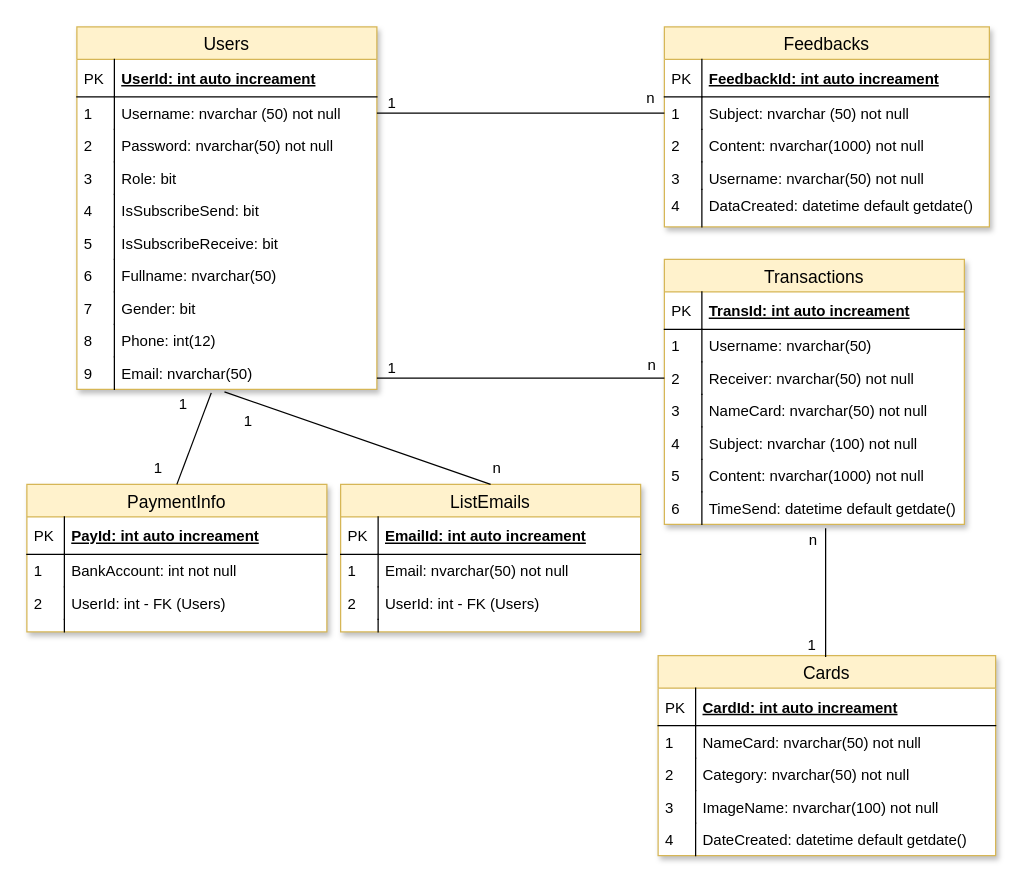
Above: page "Database Structure" (5 of 9) of e-Greeting.drawio in duyphuong403/E-Greeting (draw.io), before the change. Source tidied: cells renumbered, new cells numbered last; positions are measured from the earlier drawing's top-left corner, leaving out a move shared by most shapes. Both pictures are drawn from the tidied source at 125%, with x=0, y=0 at pixel (26, 26).
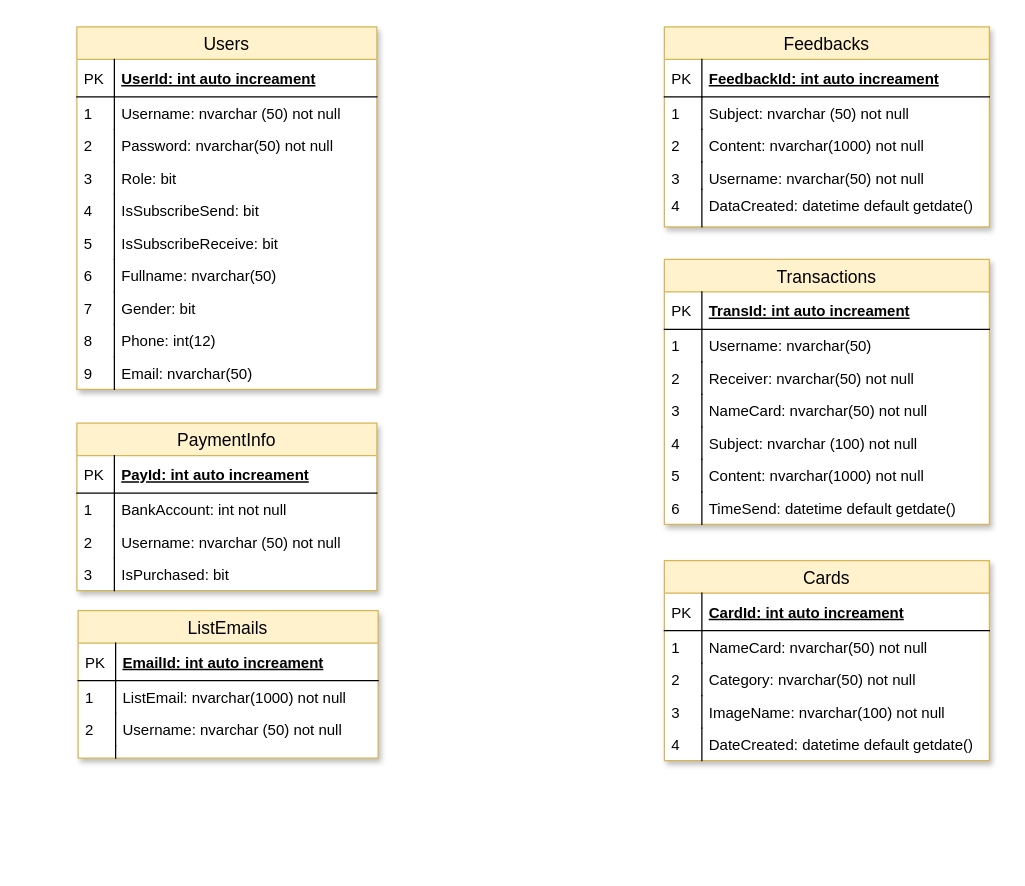
Above is the later version.

The change refers to these unchanged cells:
```xml
<mxCell id="5" value="Username: nvarchar (50) not null" style="shape=partialRectangle;top=0;left=0;right=0;bottom=0;align=left;verticalAlign=top;fillColor=none;spacingLeft=34;spacingRight=4;overflow=hidden;points=[[0,0.5],[1,0.5]];portConstraint=eastwest;fontSize=12;" parent="2" vertex="1">
  <mxGeometry y="56" width="240" height="26" as="geometry" />
</mxCell>
<mxCell id="21" value="Email: nvarchar(50) " style="shape=partialRectangle;top=0;left=0;right=0;bottom=0;align=left;verticalAlign=top;fillColor=none;spacingLeft=34;spacingRight=4;overflow=hidden;points=[[0,0.5],[1,0.5]];portConstraint=eastwest;fontSize=12;" parent="2" vertex="1">
  <mxGeometry y="264" width="240" height="26" as="geometry" />
</mxCell>
<mxCell id="28" value="Subject: nvarchar (50) not null" style="shape=partialRectangle;top=0;left=0;right=0;bottom=0;align=left;verticalAlign=top;fillColor=none;spacingLeft=34;spacingRight=4;overflow=hidden;points=[[0,0.5],[1,0.5]];portConstraint=eastwest;fontSize=12;" parent="25" vertex="1">
  <mxGeometry y="56" width="260" height="26" as="geometry" />
</mxCell>
```

Diff of the diagram source:
```diff
@@
-    <mxCell id="36" value="1" style="text;strokeColor=none;fillColor=none;spacingLeft=4;spacingRight=4;overflow=hidden;fontSize=12;shadow=1;" parent="1" vertex="1">
-      <mxGeometry x="283" y="47" width="20" height="18" as="geometry" />
-    </mxCell>
-    <mxCell id="37" value="n" style="text;strokeColor=none;fillColor=none;spacingLeft=4;spacingRight=4;overflow=hidden;fontSize=12;shadow=1;" parent="1" vertex="1">
-      <mxGeometry x="490" y="43" width="20" height="26" as="geometry" />
-    </mxCell>
     <mxCell id="38" value="Transactions" style="swimlane;fontStyle=0;horizontal=1;startSize=26;fillColor=#fff2cc;swimlaneFillColor=#ffffff;align=center;fontSize=14;shadow=1;strokeColor=#d6b656;" parent="1" vertex="1">
-      <mxGeometry x="510" y="186" width="240" height="212" as="geometry" />
+      <mxGeometry x="510" y="186" width="260" height="212" as="geometry" />
     </mxCell>
     <mxCell id="39" value="TransId: int auto increament" style="shape=partialRectangle;top=0;left=0;right=0;bottom=1;align=left;verticalAlign=middle;fillColor=none;spacingLeft=34;spacingRight=4;overflow=hidden;fontStyle=5;fontSize=12;" parent="38" vertex="1">
-      <mxGeometry y="26" width="240" height="30" as="geometry" />
+      <mxGeometry y="26" width="260" height="30" as="geometry" />
     </mxCell>
@@
     <mxCell id="41" value="Username: nvarchar(50)" style="shape=partialRectangle;top=0;left=0;right=0;bottom=0;align=left;verticalAlign=top;fillColor=none;spacingLeft=34;spacingRight=4;overflow=hidden;fontSize=12;" parent="38" vertex="1">
-      <mxGeometry y="56" width="240" height="26" as="geometry" />
+      <mxGeometry y="56" width="260" height="26" as="geometry" />
     </mxCell>
@@
     <mxCell id="43" value="Receiver: nvarchar(50) not null" style="shape=partialRectangle;top=0;left=0;right=0;bottom=0;align=left;verticalAlign=top;fillColor=none;spacingLeft=34;spacingRight=4;overflow=hidden;points=[[0,0.5],[1,0.5]];portConstraint=eastwest;fontSize=12;" parent="38" vertex="1">
-      <mxGeometry y="82" width="240" height="26" as="geometry" />
+      <mxGeometry y="82" width="260" height="26" as="geometry" />
     </mxCell>
@@
     <mxCell id="45" value="NameCard: nvarchar(50) not null" style="shape=partialRectangle;top=0;left=0;right=0;bottom=0;align=left;verticalAlign=top;fillColor=none;spacingLeft=34;spacingRight=4;overflow=hidden;fontSize=12;" parent="38" vertex="1">
-      <mxGeometry y="108" width="240" height="26" as="geometry" />
+      <mxGeometry y="108" width="260" height="26" as="geometry" />
     </mxCell>
@@
     <mxCell id="47" value="Subject: nvarchar (100) not null" style="shape=partialRectangle;top=0;left=0;right=0;bottom=0;align=left;verticalAlign=top;fillColor=none;spacingLeft=34;spacingRight=4;overflow=hidden;fontSize=12;" parent="38" vertex="1">
-      <mxGeometry y="134" width="240" height="26" as="geometry" />
+      <mxGeometry y="134" width="260" height="26" as="geometry" />
     </mxCell>
@@
     <mxCell id="49" value="Content: nvarchar(1000) not null" style="shape=partialRectangle;top=0;left=0;right=0;bottom=0;align=left;verticalAlign=top;fillColor=none;spacingLeft=34;spacingRight=4;overflow=hidden;fontSize=12;" parent="38" vertex="1">
-      <mxGeometry y="160" width="240" height="26" as="geometry" />
+      <mxGeometry y="160" width="260" height="26" as="geometry" />
     </mxCell>
@@
     <mxCell id="51" value="TimeSend: datetime default getdate()" style="shape=partialRectangle;top=0;left=0;right=0;bottom=0;align=left;verticalAlign=top;fillColor=none;spacingLeft=34;spacingRight=4;overflow=hidden;fontSize=12;" parent="38" vertex="1">
-      <mxGeometry y="186" width="240" height="26" as="geometry" />
+      <mxGeometry y="186" width="260" height="26" as="geometry" />
     </mxCell>
@@
     <mxCell id="53" style="shape=partialRectangle;top=0;left=0;right=0;bottom=0;align=left;verticalAlign=top;fillColor=none;spacingLeft=34;spacingRight=4;overflow=hidden;fontSize=12;" parent="38" vertex="1">
-      <mxGeometry y="212" width="240" as="geometry" />
+      <mxGeometry y="212" width="260" as="geometry" />
     </mxCell>
@@
-    <mxCell id="55" value="1" style="text;strokeColor=none;fillColor=none;spacingLeft=4;spacingRight=4;overflow=hidden;fontSize=12;shadow=1;" parent="1" vertex="1">
-      <mxGeometry x="283" y="259" width="20" height="18" as="geometry" />
-    </mxCell>
-    <mxCell id="56" value="n" style="text;strokeColor=none;fillColor=none;spacingLeft=4;spacingRight=4;overflow=hidden;fontSize=12;shadow=1;" parent="1" vertex="1">
-      <mxGeometry x="491" y="257" width="20" height="26" as="geometry" />
-    </mxCell>
     <mxCell id="57" value="Cards" style="swimlane;fontStyle=0;horizontal=1;startSize=26;fillColor=#fff2cc;swimlaneFillColor=#ffffff;align=center;fontSize=14;shadow=1;strokeColor=#d6b656;" parent="1" vertex="1">
-      <mxGeometry x="505" y="503" width="270" height="160" as="geometry" />
+      <mxGeometry x="510" y="427" width="260" height="160" as="geometry" />
     </mxCell>
     <mxCell id="58" value="CardId: int auto increament" style="shape=partialRectangle;top=0;left=0;right=0;bottom=1;align=left;verticalAlign=middle;fillColor=none;spacingLeft=34;spacingRight=4;overflow=hidden;fontStyle=5;fontSize=12;" parent="57" vertex="1">
-      <mxGeometry y="26" width="270" height="30" as="geometry" />
+      <mxGeometry y="26" width="260" height="30" as="geometry" />
     </mxCell>
@@
     <mxCell id="60" value="NameCard: nvarchar(50) not null" style="shape=partialRectangle;top=0;left=0;right=0;bottom=0;align=left;verticalAlign=top;fillColor=none;spacingLeft=34;spacingRight=4;overflow=hidden;fontSize=12;" parent="57" vertex="1">
-      <mxGeometry y="56" width="270" height="26" as="geometry" />
+      <mxGeometry y="56" width="260" height="26" as="geometry" />
     </mxCell>
@@
     <mxCell id="62" value="Category: nvarchar(50) not null" style="shape=partialRectangle;top=0;left=0;right=0;bottom=0;align=left;verticalAlign=top;fillColor=none;spacingLeft=34;spacingRight=4;overflow=hidden;fontSize=12;" parent="57" vertex="1">
-      <mxGeometry y="82" width="270" height="26" as="geometry" />
+      <mxGeometry y="82" width="260" height="26" as="geometry" />
     </mxCell>
@@
     <mxCell id="64" value="ImageName: nvarchar(100) not null" style="shape=partialRectangle;top=0;left=0;right=0;bottom=0;align=left;verticalAlign=top;fillColor=none;spacingLeft=34;spacingRight=4;overflow=hidden;fontSize=12;" parent="57" vertex="1">
-      <mxGeometry y="108" width="270" height="26" as="geometry" />
+      <mxGeometry y="108" width="260" height="26" as="geometry" />
     </mxCell>
@@
     <mxCell id="66" value="DateCreated: datetime default getdate()" style="shape=partialRectangle;top=0;left=0;right=0;bottom=0;align=left;verticalAlign=top;fillColor=none;spacingLeft=34;spacingRight=4;overflow=hidden;fontSize=12;" parent="57" vertex="1">
-      <mxGeometry y="134" width="270" height="26" as="geometry" />
+      <mxGeometry y="134" width="260" height="26" as="geometry" />
     </mxCell>
@@
     <mxCell id="68" style="shape=partialRectangle;top=0;left=0;right=0;bottom=0;align=left;verticalAlign=top;fillColor=none;spacingLeft=34;spacingRight=4;overflow=hidden;fontSize=12;" parent="57" vertex="1">
-      <mxGeometry y="160" width="270" as="geometry" />
+      <mxGeometry y="160" width="260" as="geometry" />
     </mxCell>
@@
-    <mxCell id="70" value="n" style="text;strokeColor=none;fillColor=none;spacingLeft=4;spacingRight=4;overflow=hidden;fontSize=12;shadow=1;" parent="1" vertex="1">
-      <mxGeometry x="620" y="397" width="20" height="18" as="geometry" />
-    </mxCell>
-    <mxCell id="71" value="1" style="text;strokeColor=none;fillColor=none;spacingLeft=4;spacingRight=4;overflow=hidden;fontSize=12;shadow=1;" parent="1" vertex="1">
-      <mxGeometry x="619" y="481" width="20" height="18" as="geometry" />
-    </mxCell>
-    <mxCell id="72" style="endArrow=none;html=1;exitX=0.519;exitY=-0.003;exitDx=0;exitDy=0;exitPerimeter=0;entryX=0.563;entryY=1.115;entryDx=0;entryDy=0;entryPerimeter=0;" parent="1" edge="1">
-      <mxGeometry relative="1" as="geometry">
-        <mxPoint x="639" y="504" as="sourcePoint" />
-        <mxPoint x="639" y="401" as="targetPoint" />
-        <Array as="points">
-          <mxPoint x="639" y="474" />
-        </Array>
-      </mxGeometry>
-    </mxCell>
-    <mxCell id="73" style="endArrow=none;html=1;entryX=0;entryY=0.5;entryDx=0;entryDy=0;" parent="1" edge="1" target="43">
-      <mxGeometry relative="1" as="geometry">
-        <mxPoint x="280" y="281" as="sourcePoint" />
-        <Array as="points">
-          <mxPoint x="390" y="281" />
-        </Array>
-      </mxGeometry>
-    </mxCell>
-    <mxCell id="74" style="endArrow=none;html=1;exitX=1;exitY=0.5;exitDx=0;exitDy=0;entryX=0;entryY=0.5;entryDx=0;entryDy=0;" parent="1" edge="1" source="5" target="28">
-      <mxGeometry relative="1" as="geometry">
-        <Array as="points">
-          <mxPoint x="390" y="69" />
-        </Array>
-      </mxGeometry>
-    </mxCell>
     <mxCell id="75" value="ListEmails" style="swimlane;fontStyle=0;horizontal=1;startSize=26;fillColor=#fff2cc;swimlaneFillColor=#ffffff;align=center;fontSize=14;rounded=0;shadow=1;glass=0;comic=0;strokeColor=#d6b656;" parent="1" vertex="1">
-      <mxGeometry x="251" y="366" width="240" height="118" as="geometry" />
+      <mxGeometry x="41" y="467" width="240" height="118" as="geometry" />
     </mxCell>
@@
-    <mxCell id="78" value="Email: nvarchar(50) not null" style="shape=partialRectangle;top=0;left=0;right=0;bottom=0;align=left;verticalAlign=top;fillColor=none;spacingLeft=34;spacingRight=4;overflow=hidden;fontSize=12;" parent="75" vertex="1">
+    <mxCell id="78" value="ListEmail: nvarchar(1000) not null" style="shape=partialRectangle;top=0;left=0;right=0;bottom=0;align=left;verticalAlign=top;fillColor=none;spacingLeft=34;spacingRight=4;overflow=hidden;fontSize=12;" parent="75" vertex="1">
       <mxGeometry y="56" width="240" height="26" as="geometry" />
     </mxCell>
@@
-    <mxCell id="80" value="UserId: int - FK (Users)" style="shape=partialRectangle;top=0;left=0;right=0;bottom=0;align=left;verticalAlign=top;fillColor=none;spacingLeft=34;spacingRight=4;overflow=hidden;fontSize=12;" parent="75" vertex="1">
+    <mxCell id="80" value="Username: nvarchar (50) not null" style="shape=partialRectangle;top=0;left=0;right=0;bottom=0;align=left;verticalAlign=top;fillColor=none;spacingLeft=34;spacingRight=4;overflow=hidden;fontSize=12;" parent="75" vertex="1">
       <mxGeometry y="82" width="240" height="26" as="geometry" />
     </mxCell>
@@
-    <mxCell id="84" style="endArrow=none;html=1;entryX=0.492;entryY=1.077;entryDx=0;entryDy=0;entryPerimeter=0;exitX=0.5;exitY=0;exitDx=0;exitDy=0;" parent="1" edge="1" source="75" target="21">
-      <mxGeometry relative="1" as="geometry" />
-    </mxCell>
-    <mxCell id="85" value="1" style="text;html=1;align=left;verticalAlign=top;spacingTop=-4;" parent="1" vertex="1">
-      <mxGeometry x="172" y="306" width="20" height="20" as="geometry" />
-    </mxCell>
-    <mxCell id="86" value="n" style="text;html=1;align=left;verticalAlign=top;spacingTop=-4;" parent="1" vertex="1">
-      <mxGeometry x="371" y="343" width="20" height="20" as="geometry" />
-    </mxCell>
     <mxCell id="87" value="PaymentInfo" style="swimlane;fontStyle=0;horizontal=1;startSize=26;fillColor=#fff2cc;swimlaneFillColor=#ffffff;align=center;fontSize=14;rounded=0;shadow=1;glass=0;comic=0;strokeColor=#d6b656;" parent="1" vertex="1">
-      <mxGeometry y="366" width="240" height="118" as="geometry" />
+      <mxGeometry x="40" y="317" width="240" height="134" as="geometry" />
     </mxCell>
@@
-    <mxCell id="92" value="UserId: int - FK (Users)" style="shape=partialRectangle;top=0;left=0;right=0;bottom=0;align=left;verticalAlign=top;fillColor=none;spacingLeft=34;spacingRight=4;overflow=hidden;fontSize=12;" parent="87" vertex="1">
+    <mxCell id="92" value="Username: nvarchar (50) not null" style="shape=partialRectangle;top=0;left=0;right=0;bottom=0;align=left;verticalAlign=top;fillColor=none;spacingLeft=34;spacingRight=4;overflow=hidden;fontSize=12;" parent="87" vertex="1">
       <mxGeometry y="82" width="240" height="26" as="geometry" />
     </mxCell>
@@
-    <mxCell id="94" style="shape=partialRectangle;top=0;left=0;right=0;bottom=0;align=left;verticalAlign=top;fillColor=none;spacingLeft=34;spacingRight=4;overflow=hidden;fontSize=12;" parent="87" vertex="1">
-      <mxGeometry y="108" width="240" height="10" as="geometry" />
-    </mxCell>
-    <mxCell id="95" style="shape=partialRectangle;top=0;left=0;bottom=0;fillColor=none;align=left;verticalAlign=top;spacingLeft=4;spacingRight=4;overflow=hidden;fontSize=12;" parent="94" vertex="1">
-      <mxGeometry width="30" height="10" as="geometry" />
-    </mxCell>
-    <mxCell id="96" style="endArrow=none;html=1;entryX=0.448;entryY=1.108;entryDx=0;entryDy=0;entryPerimeter=0;exitX=0.5;exitY=0;exitDx=0;exitDy=0;" parent="1" edge="1" source="87" target="21">
-      <mxGeometry relative="1" as="geometry" />
-    </mxCell>
-    <mxCell id="97" value="1" style="text;html=1;align=left;verticalAlign=top;spacingTop=-4;" parent="1" vertex="1">
-      <mxGeometry x="120" y="292" width="20" height="20" as="geometry" />
-    </mxCell>
-    <mxCell id="98" value="1" style="text;html=1;align=left;verticalAlign=top;spacingTop=-4;" parent="1" vertex="1">
-      <mxGeometry x="100" y="343" width="20" height="20" as="geometry" />
-    </mxCell>
+    <mxCell id="99" value="IsPurchased: bit" style="shape=partialRectangle;top=0;left=0;right=0;bottom=0;align=left;verticalAlign=top;fillColor=none;spacingLeft=34;spacingRight=4;overflow=hidden;fontSize=12;" parent="87" vertex="1">
+      <mxGeometry y="108" width="240" height="26" as="geometry" />
+    </mxCell>
+    <mxCell id="100" value="3" style="shape=partialRectangle;top=0;left=0;bottom=0;fillColor=none;align=left;verticalAlign=top;spacingLeft=4;spacingRight=4;overflow=hidden;fontSize=12;" parent="99" vertex="1">
+      <mxGeometry width="30" height="26" as="geometry" />
+    </mxCell>
```
